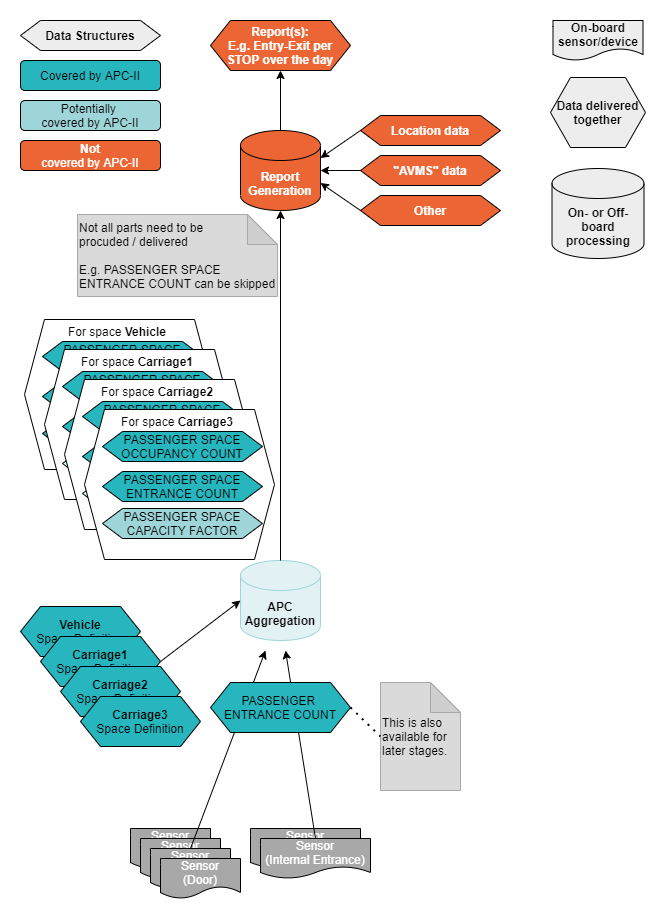
Before: apc/apc-highlevel.drawio.png, a diagram exported from draw.io (A-Fromell-ITxPT/SpecTest). Source tidied: cells renumbered, new cells last; positions are measured from the earlier drawing's top-left corner, leaving out a move shared by most shapes.
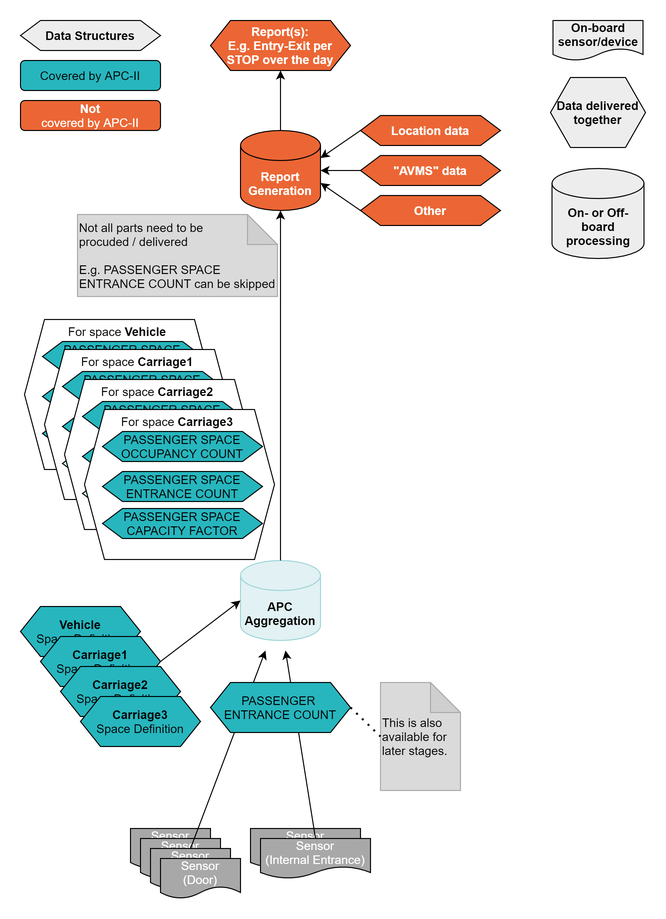
After the change.

Diff of the diagram source:
```diff
@@ -59,11 +59,8 @@
     <mxCell id="18" value="Covered by APC-II" style="rounded=1;whiteSpace=wrap;html=1;fixedSize=1;fillColor=#27b6be;" parent="1" vertex="1">
       <mxGeometry y="40" width="140" height="30" as="geometry" />
     </mxCell>
-    <mxCell id="19" value="Potentially &lt;br&gt;covered by APC-II" style="rounded=1;whiteSpace=wrap;html=1;fixedSize=1;fillColor=#9ed5d9;" parent="1" vertex="1">
-      <mxGeometry y="80" width="140" height="30" as="geometry" />
-    </mxCell>
     <mxCell id="20" value="&lt;b&gt;Not&lt;br&gt;&lt;/b&gt;&lt;span style=&quot;&quot;&gt;covered by APC-II&lt;/span&gt;&lt;b&gt;&lt;br&gt;&lt;/b&gt;" style="rounded=1;whiteSpace=wrap;html=1;fixedSize=1;fillColor=#eb6634;fontColor=#FFFFFF;" parent="1" vertex="1">
-      <mxGeometry y="120" width="140" height="30" as="geometry" />
+      <mxGeometry y="80" width="140" height="30" as="geometry" />
     </mxCell>
     <mxCell id="21" value="&lt;b&gt;Data Structures&lt;/b&gt;" style="shape=hexagon;perimeter=hexagonPerimeter2;whiteSpace=wrap;html=1;fixedSize=1;fillColor=#ededed;" parent="1" vertex="1">
       <mxGeometry width="140" height="30" as="geometry" />
@@ -125,7 +122,7 @@
     <mxCell id="40" value="For space &lt;b&gt;Carriage3&lt;/b&gt;" style="text;html=1;strokeColor=none;fillColor=none;align=center;verticalAlign=middle;whiteSpace=wrap;rounded=0;" parent="1" vertex="1">
       <mxGeometry x="82" y="391" width="150" height="20" as="geometry" />
     </mxCell>
-    <mxCell id="41" value="PASSENGER SPACE CAPACITY FACTOR" style="shape=hexagon;perimeter=hexagonPerimeter2;whiteSpace=wrap;html=1;fixedSize=1;fillColor=#9ed5d9;" parent="1" vertex="1">
+    <mxCell id="41" value="PASSENGER SPACE CAPACITY FACTOR" style="shape=hexagon;perimeter=hexagonPerimeter2;whiteSpace=wrap;html=1;fixedSize=1;fillColor=#27B6BE;" parent="1" vertex="1">
       <mxGeometry x="82" y="488" width="160" height="30" as="geometry" />
     </mxCell>
     <mxCell id="42" value="&lt;b&gt;Report Generation&lt;/b&gt;" style="shape=cylinder3;whiteSpace=wrap;html=1;boundedLbl=1;backgroundOutline=1;size=15;fillColor=#eb6634;fontColor=#FFFFFF;" parent="1" vertex="1">
```
